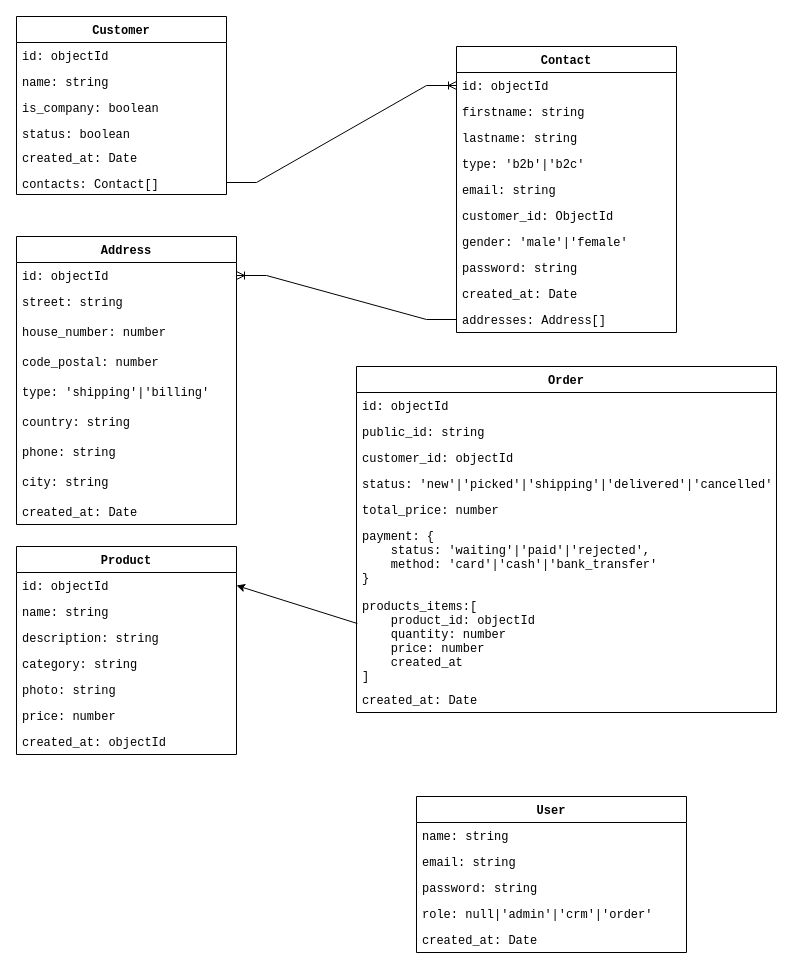
ylahssini/dx-blog keeps this draw.io diagram as mini-crm.drawio. Above is the earlier version. Source tidied: cells renumbered, new cells numbered last; positions are measured from the earlier drawing's top-left corner, leaving out a move shared by most shapes. Both pictures are drawn from the tidied source at 100%, with x=0, y=0 at pixel (16, 16).
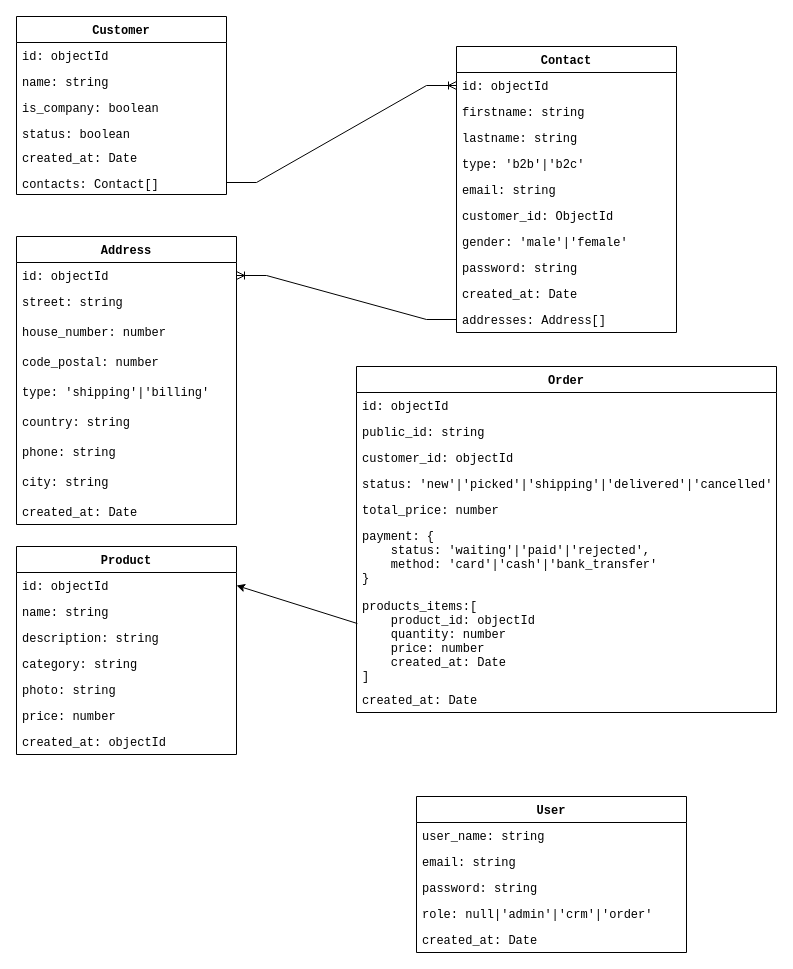
Above is the later version.

Unchanged cells that the change refers to:
```xml
<mxCell id="40" value="Order" style="swimlane;fontStyle=1;horizontal=1;startSize=26;fillColor=none;fontFamily=Courier New;" parent="1" vertex="1">
  <mxGeometry x="340" y="350" width="420" height="346" as="geometry" />
</mxCell>
<mxCell id="49" value="User" style="swimlane;fontStyle=1;horizontal=1;startSize=26;fillColor=none;fontFamily=Courier New;" parent="1" vertex="1">
  <mxGeometry x="400" y="780" width="270" height="156" as="geometry" />
</mxCell>
```

Diff of the diagram source:
```diff
@@
-    <mxCell id="47" value="products_items:[&#10;    product_id: objectId&#10;    quantity: number&#10;    price: number&#10;    created_at&#10;]" style="text;strokeColor=none;fillColor=none;align=left;verticalAlign=top;spacingLeft=4;spacingRight=4;overflow=hidden;points=[[0,0.5],[1,0.5]];portConstraint=eastwest;fontFamily=Courier New;" parent="40" vertex="1">
+    <mxCell id="47" value="products_items:[&#10;    product_id: objectId&#10;    quantity: number&#10;    price: number&#10;    created_at: Date&#10;]" style="text;strokeColor=none;fillColor=none;align=left;verticalAlign=top;spacingLeft=4;spacingRight=4;overflow=hidden;points=[[0,0.5],[1,0.5]];portConstraint=eastwest;fontFamily=Courier New;" parent="40" vertex="1">
       <mxGeometry y="226" width="420" height="94" as="geometry" />
     </mxCell>
@@
-    <mxCell id="50" value="name: string" style="text;strokeColor=none;fillColor=none;align=left;verticalAlign=top;spacingLeft=4;spacingRight=4;overflow=hidden;fontFamily=Courier New;" parent="49" vertex="1">
+    <mxCell id="50" value="user_name: string" style="text;strokeColor=none;fillColor=none;align=left;verticalAlign=top;spacingLeft=4;spacingRight=4;overflow=hidden;fontFamily=Courier New;" parent="49" vertex="1">
       <mxGeometry y="26" width="270" height="26" as="geometry" />
     </mxCell>
```
